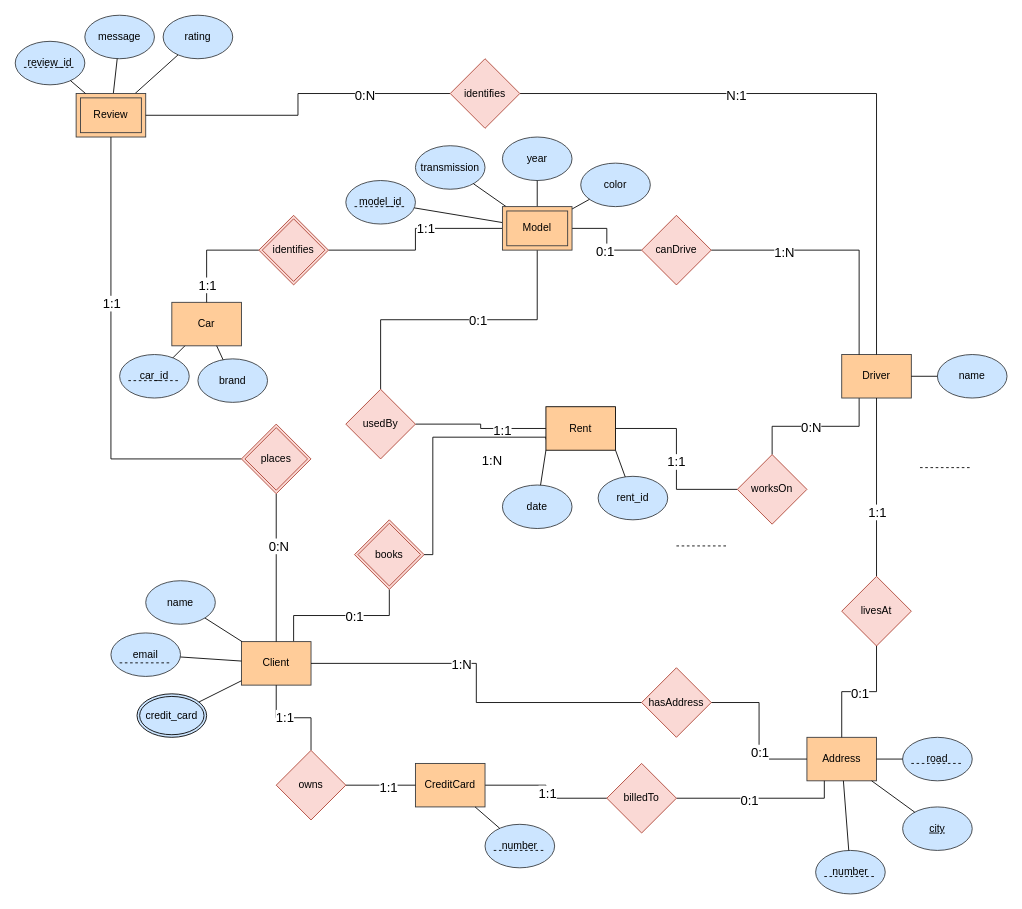
Above: 480-ER-Diagram.drawio in p-rinceS/CS-480-Project (draw.io), before the change. Source tidied: cells renumbered, new cells numbered last; positions are measured from the earlier drawing's top-left corner, leaving out a move shared by most shapes. Both pictures are drawn from the tidied source at 87%, with x=0, y=0 at pixel (15, 15).
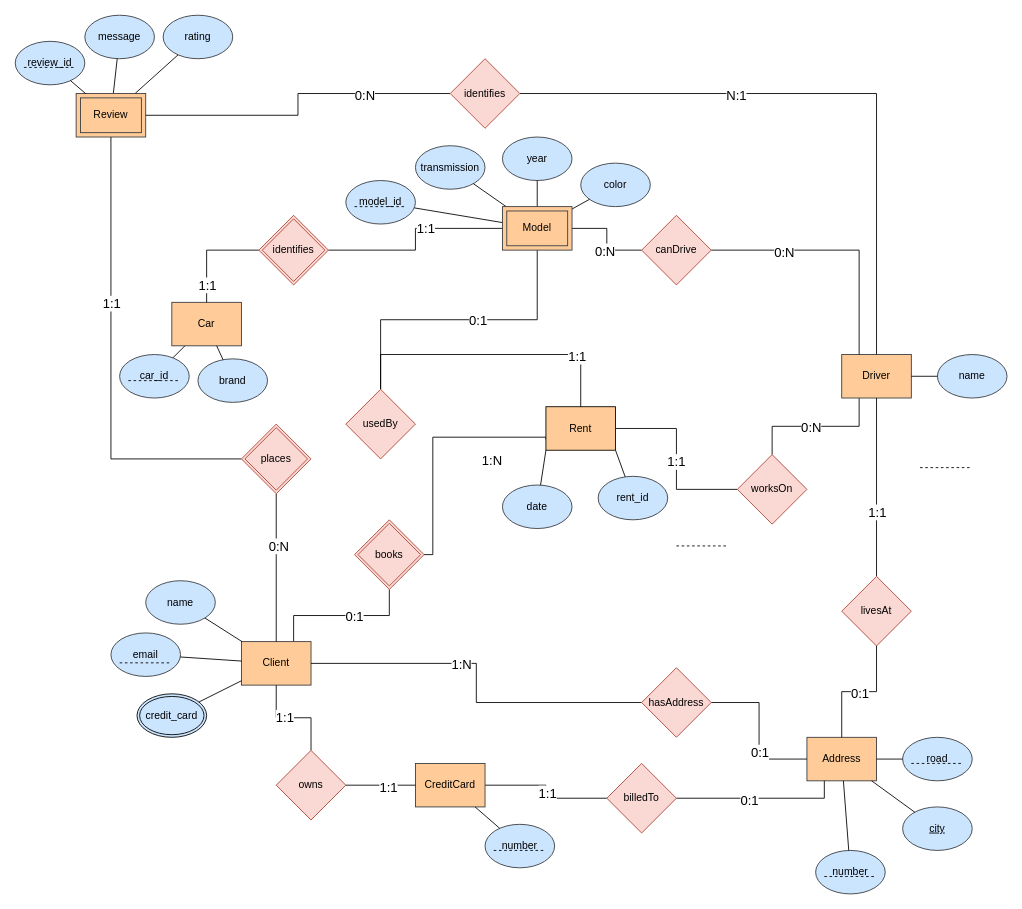
The same page after the edit.

Commit message:
Changed cardinality of "Model and "canDrive" from "0:1" to "0:N", and cardinality of "canDrive" and "Driver" from "1:N" to "0:N"

Unchanged cells that the change refers to:
```xml
<mxCell id="65" style="edgeStyle=orthogonalEdgeStyle;rounded=0;jettySize=auto;html=1;endArrow=none;startFill=0;fontSize=15;" parent="1" edge="1" source="69" target="89">
  <mxGeometry relative="1" as="geometry" />
</mxCell>
<mxCell id="67" style="edgeStyle=orthogonalEdgeStyle;rounded=0;jettySize=auto;html=1;endArrow=none;startFill=0;fontSize=15;entryX=0.25;entryY=0;entryDx=0;entryDy=0;" parent="1" edge="1" source="69" target="7">
  <mxGeometry relative="1" as="geometry" />
</mxCell>
<mxCell id="91" value="usedBy" style="shape=rhombus;perimeter=rhombusPerimeter;whiteSpace=wrap;html=1;align=center;fillColor=#fad9d5;strokeColor=#ae4132;" parent="1" vertex="1">
  <mxGeometry x="380" y="430" width="80" height="80" as="geometry" />
</mxCell>
<mxCell id="102" value="Rent" style="rounded=0;whiteSpace=wrap;html=1;fillColor=#FFCC99;strokeColor=#000000;strokeWidth=1;" parent="1" vertex="1">
  <mxGeometry x="610" y="450" width="80" height="50" as="geometry" />
</mxCell>
```

Diff of the diagram source:
```diff
@@
     <mxCell id="44" style="edgeStyle=orthogonalEdgeStyle;rounded=0;jettySize=auto;html=1;exitX=0;exitY=0.5;exitDx=0;exitDy=0;endArrow=none;startFill=0;" parent="1" edge="1" source="102" target="91">
-      <mxGeometry relative="1" as="geometry" />
+      <mxGeometry relative="1" as="geometry">
+        <Array as="points">
+          <mxPoint x="650" y="475" />
+          <mxPoint x="650" y="390" />
+          <mxPoint x="420" y="390" />
+        </Array>
+      </mxGeometry>
     </mxCell>
@@
-    <mxCell id="66" value="&lt;font style=&quot;font-size: 15px;&quot;&gt;0:1&lt;/font&gt;" style="edgeLabel;html=1;align=center;verticalAlign=middle;" parent="65" vertex="1">
+    <mxCell id="66" value="&lt;font style=&quot;font-size: 15px;&quot;&gt;0:N&lt;/font&gt;" style="edgeLabel;html=1;align=center;verticalAlign=middle;" parent="65" vertex="1">
       <mxGeometry x="-0.19" y="3" relative="1" as="geometry">
         <mxPoint y="3" as="offset" />
       </mxGeometry>
     </mxCell>
@@
-    <mxCell id="68" value="&lt;font style=&quot;font-size: 15px;&quot;&gt;1:N&lt;/font&gt;" style="edgeLabel;html=1;align=center;verticalAlign=middle;" parent="67" vertex="1">
+    <mxCell id="68" value="&lt;span style=&quot;font-size: 15px;&quot;&gt;0:N&lt;/span&gt;" style="edgeLabel;html=1;align=center;verticalAlign=middle;" parent="67" vertex="1">
       <mxGeometry x="-0.43" y="-1" relative="1" as="geometry" />
     </mxCell>
```
